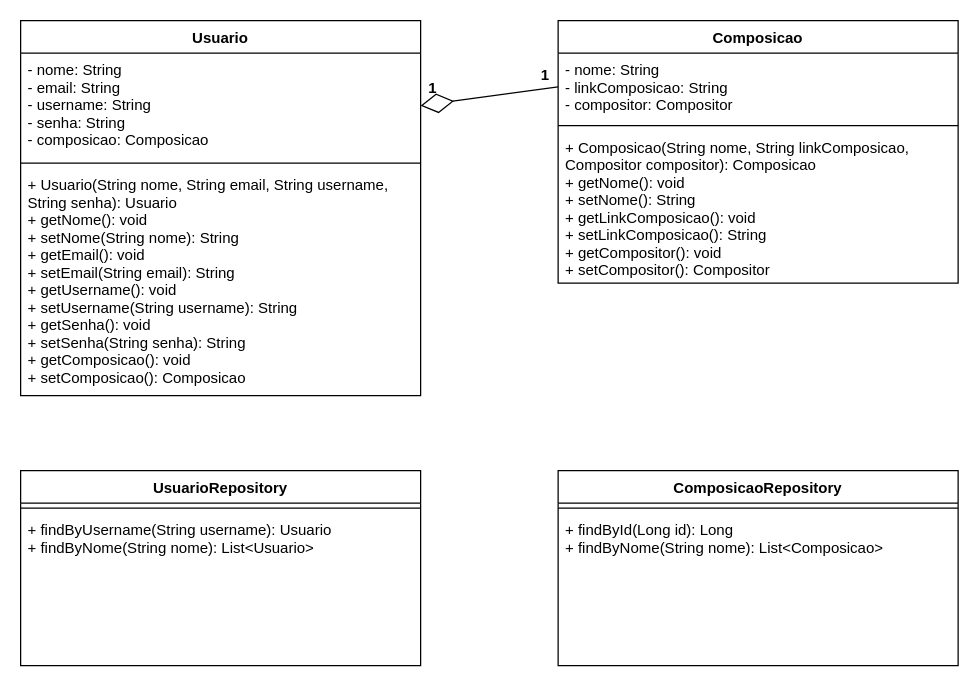
This is class-diagram.drawio from kaiohenricunha/UML, a draw.io file, before an edit. Source tidied: cells renumbered, new cells numbered last; positions are measured from the earlier drawing's top-left corner, leaving out a move shared by most shapes. Both pictures are drawn from the tidied source at 125%, with x=0, y=0 at pixel (20, 20).
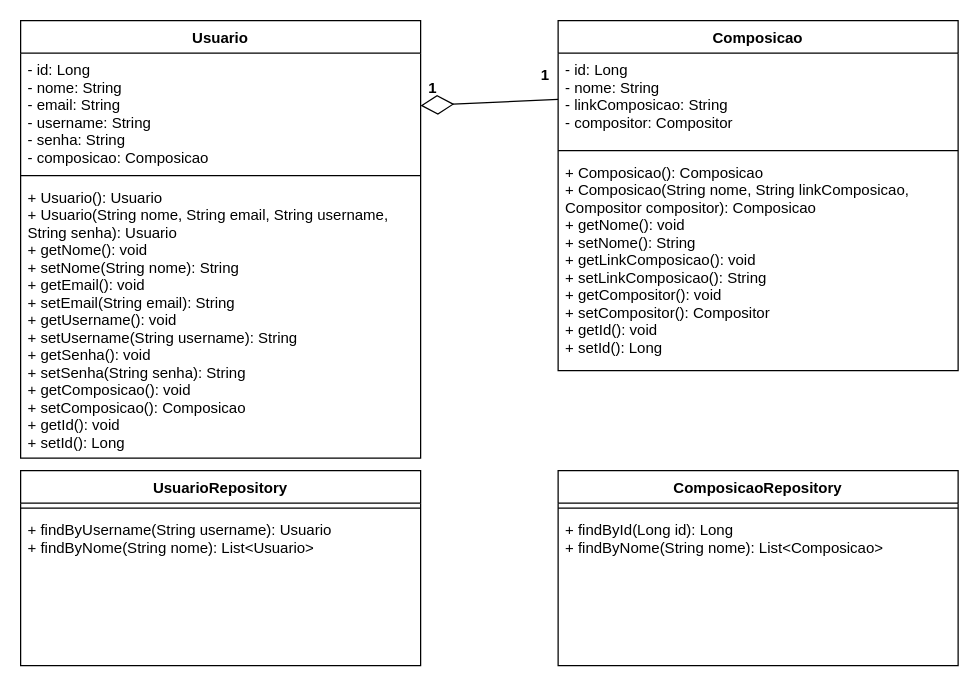
Above is the later version.

Change to the diagram source:
```diff
@@
 <mxGraphModel>
   <root>
     <mxCell id="0" />
     <mxCell id="1" parent="0" />
     <mxCell id="2" value="Usuario" style="swimlane;fontStyle=1;align=center;verticalAlign=top;horizontal=1;startSize=26;" parent="1" vertex="1">
-      <mxGeometry width="320" height="300" as="geometry" />
+      <mxGeometry width="320" height="350" as="geometry" />
     </mxCell>
-    <mxCell id="3" value="- nome: String&#10;- email: String&#10;- username: String&#10;- senha: String&#10;- composicao: Composicao" style="text;strokeColor=none;fillColor=none;align=left;verticalAlign=top;spacingLeft=4;spacingRight=4;overflow=hidden;" parent="2" vertex="1">
-      <mxGeometry y="26" width="320" height="84" as="geometry" />
+    <mxCell id="3" value="- id: Long&#10;- nome: String&#10;- email: String&#10;- username: String&#10;- senha: String&#10;- composicao: Composicao" style="text;strokeColor=none;fillColor=none;align=left;verticalAlign=top;spacingLeft=4;spacingRight=4;overflow=hidden;" parent="2" vertex="1">
+      <mxGeometry y="26" width="320" height="94" as="geometry" />
     </mxCell>
     <mxCell id="4" style="line;strokeWidth=1;fillColor=none;align=left;verticalAlign=middle;spacingTop=-1;spacingLeft=3;spacingRight=3;labelPosition=right;" parent="2" vertex="1">
-      <mxGeometry y="110" width="320" height="8" as="geometry" />
+      <mxGeometry y="120" width="320" height="8" as="geometry" />
     </mxCell>
-    <mxCell id="5" value="+ Usuario(String nome, String email, String username,&#10;String senha): Usuario&#10;+ getNome(): void&#10;+ setNome(String nome): String&#10;+ getEmail(): void&#10;+ setEmail(String email): String&#10;+ getUsername(): void&#10;+ setUsername(String username): String&#10;+ getSenha(): void&#10;+ setSenha(String senha): String&#10;+ getComposicao(): void&#10;+ setComposicao(): Composicao" style="text;strokeColor=none;fillColor=none;align=left;verticalAlign=top;spacingLeft=4;spacingRight=4;overflow=hidden;" parent="2" vertex="1">
-      <mxGeometry y="118" width="320" height="182" as="geometry" />
+    <mxCell id="5" value="+ Usuario(): Usuario&#10;+ Usuario(String nome, String email, String username,&#10;String senha): Usuario&#10;+ getNome(): void&#10;+ setNome(String nome): String&#10;+ getEmail(): void&#10;+ setEmail(String email): String&#10;+ getUsername(): void&#10;+ setUsername(String username): String&#10;+ getSenha(): void&#10;+ setSenha(String senha): String&#10;+ getComposicao(): void&#10;+ setComposicao(): Composicao&#10;+ getId(): void&#10;+ setId(): Long" style="text;strokeColor=none;fillColor=none;align=left;verticalAlign=top;spacingLeft=4;spacingRight=4;overflow=hidden;" parent="2" vertex="1">
+      <mxGeometry y="128" width="320" height="222" as="geometry" />
     </mxCell>
     <mxCell id="6" value="Composicao" style="swimlane;fontStyle=1;align=center;verticalAlign=top;horizontal=1;startSize=26;" parent="1" vertex="1">
-      <mxGeometry x="430" width="320" height="210" as="geometry" />
+      <mxGeometry x="430" width="320" height="280" as="geometry" />
     </mxCell>
-    <mxCell id="7" value="- nome: String&#10;- linkComposicao: String&#10;- compositor: Compositor" style="text;strokeColor=none;fillColor=none;align=left;verticalAlign=top;spacingLeft=4;spacingRight=4;overflow=hidden;points=[[0,0.5],[1,0.5]];portConstraint=eastwest;" parent="6" vertex="1">
-      <mxGeometry y="26" width="320" height="54" as="geometry" />
+    <mxCell id="7" value="- id: Long&#10;- nome: String&#10;- linkComposicao: String&#10;- compositor: Compositor" style="text;strokeColor=none;fillColor=none;align=left;verticalAlign=top;spacingLeft=4;spacingRight=4;overflow=hidden;points=[[0,0.5],[1,0.5]];portConstraint=eastwest;" parent="6" vertex="1">
+      <mxGeometry y="26" width="320" height="74" as="geometry" />
     </mxCell>
     <mxCell id="8" style="line;strokeWidth=1;fillColor=none;align=left;verticalAlign=middle;spacingTop=-1;spacingLeft=3;spacingRight=3;labelPosition=right;" parent="6" vertex="1">
-      <mxGeometry y="80" width="320" height="8" as="geometry" />
+      <mxGeometry y="100" width="320" height="8" as="geometry" />
     </mxCell>
-    <mxCell id="9" value="+ Composicao(String nome, String linkComposicao,&#10;Compositor compositor): Composicao&#10;+ getNome(): void&#10;+ setNome(): String&#10;+ getLinkComposicao(): void&#10;+ setLinkComposicao(): String&#10;+ getCompositor(): void&#10;+ setCompositor(): Compositor" style="text;strokeColor=none;fillColor=none;align=left;verticalAlign=top;spacingLeft=4;spacingRight=4;overflow=hidden;" parent="6" vertex="1">
-      <mxGeometry y="88" width="320" height="122" as="geometry" />
+    <mxCell id="9" value="+ Composicao(): Composicao&#10;+ Composicao(String nome, String linkComposicao,&#10;Compositor compositor): Composicao&#10;+ getNome(): void&#10;+ setNome(): String&#10;+ getLinkComposicao(): void&#10;+ setLinkComposicao(): String&#10;+ getCompositor(): void&#10;+ setCompositor(): Compositor&#10;+ getId(): void&#10;+ setId(): Long" style="text;strokeColor=none;fillColor=none;align=left;verticalAlign=top;spacingLeft=4;spacingRight=4;overflow=hidden;" parent="6" vertex="1">
+      <mxGeometry y="108" width="320" height="172" as="geometry" />
     </mxCell>
     <mxCell id="10" style="endArrow=diamondThin;endFill=0;endSize=24;html=1;exitX=0;exitY=0.5;exitDx=0;exitDy=0;" parent="1" edge="1" source="7">
       <mxGeometry relative="1" as="geometry">
         <mxPoint x="320" y="68" as="targetPoint" />
       </mxGeometry>
     </mxCell>
     <mxCell id="11" value="1" style="text;align=center;fontStyle=1;verticalAlign=middle;spacingLeft=3;spacingRight=3;strokeColor=none;" parent="1" vertex="1">
       <mxGeometry x="290" y="40" width="80" height="26" as="geometry" />
     </mxCell>
     <mxCell id="12" value="1" style="text;align=center;fontStyle=1;verticalAlign=middle;spacingLeft=3;spacingRight=3;strokeColor=none;" parent="1" vertex="1">
       <mxGeometry x="380" y="30" width="80" height="26" as="geometry" />
     </mxCell>
     <mxCell id="13" value="UsuarioRepository" style="swimlane;fontStyle=1;align=center;verticalAlign=top;horizontal=1;startSize=26;" parent="1" vertex="1">
       <mxGeometry y="360" width="320" height="156" as="geometry" />
     </mxCell>
     <mxCell id="14" style="line;strokeWidth=1;fillColor=none;align=left;verticalAlign=middle;spacingTop=-1;spacingLeft=3;spacingRight=3;labelPosition=right;" parent="13" vertex="1">
       <mxGeometry y="26" width="320" height="8" as="geometry" />
     </mxCell>
     <mxCell id="15" value="+ findByUsername(String username): Usuario&#10;+ findByNome(String nome): List&lt;Usuario&gt;" style="text;strokeColor=none;fillColor=none;align=left;verticalAlign=top;spacingLeft=4;spacingRight=4;overflow=hidden;" parent="13" vertex="1">
       <mxGeometry y="34" width="320" height="122" as="geometry" />
     </mxCell>
     <mxCell id="16" value="ComposicaoRepository" style="swimlane;fontStyle=1;align=center;verticalAlign=top;horizontal=1;startSize=26;" parent="1" vertex="1">
       <mxGeometry x="430" y="360" width="320" height="156" as="geometry" />
     </mxCell>
     <mxCell id="17" style="line;strokeWidth=1;fillColor=none;align=left;verticalAlign=middle;spacingTop=-1;spacingLeft=3;spacingRight=3;labelPosition=right;" parent="16" vertex="1">
       <mxGeometry y="26" width="320" height="8" as="geometry" />
     </mxCell>
     <mxCell id="18" value="+ findById(Long id): Long&#10;+ findByNome(String nome): List&lt;Composicao&gt;" style="text;strokeColor=none;fillColor=none;align=left;verticalAlign=top;spacingLeft=4;spacingRight=4;overflow=hidden;" parent="16" vertex="1">
       <mxGeometry y="34" width="320" height="122" as="geometry" />
     </mxCell>
   </root>
 </mxGraphModel>
```
